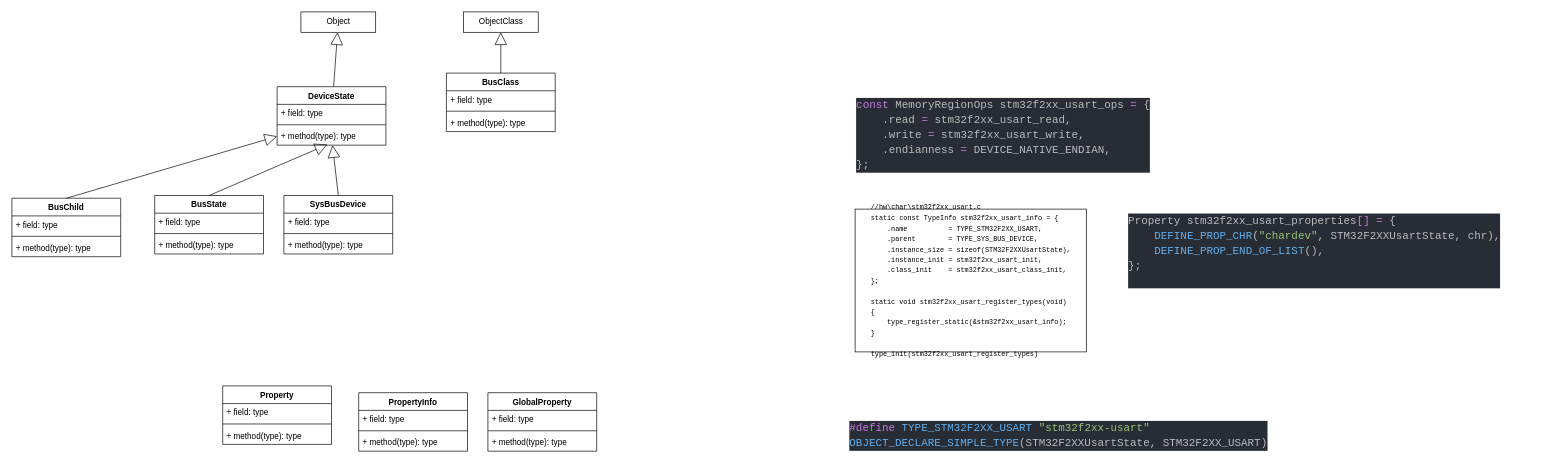
The draw.io diagram QOM-DEV-UART.drawio in youtubezou/A-thinking-in-linux, before the edit. Source tidied: cells renumbered, new cells numbered last; positions are measured from the earlier drawing's top-left corner, leaving out a move shared by most shapes. Both pictures are drawn from the tidied source at 68%, with x=0, y=0 at pixel (12, 12).
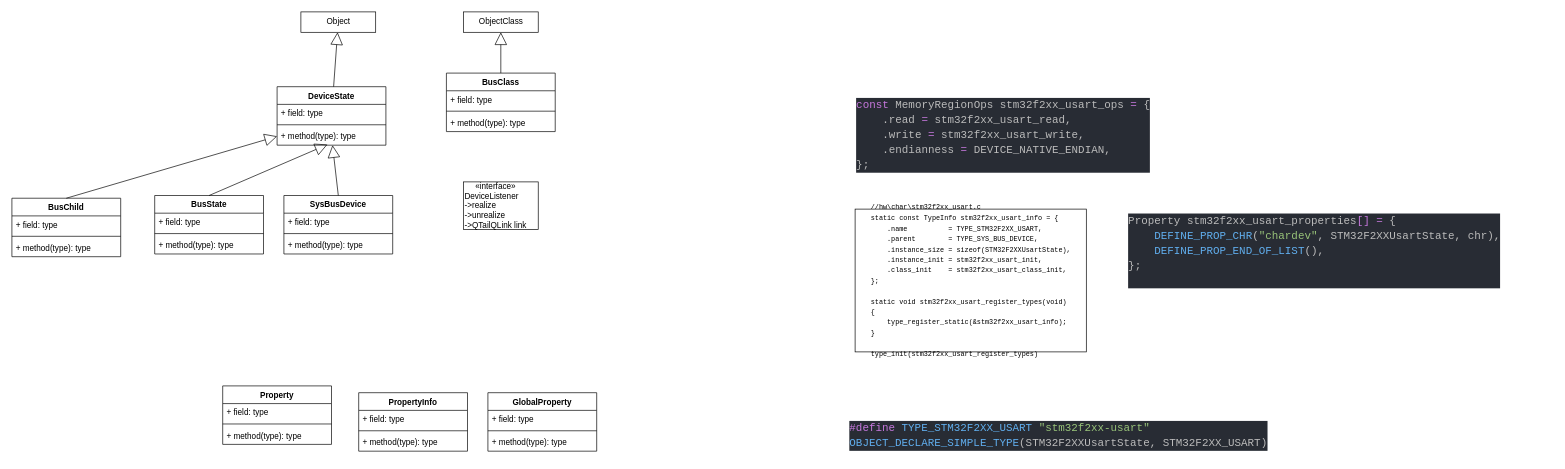
After the change.

Diff of the diagram source:
```diff
@@
+    <mxCell id="46" value="&lt;div style=&quot;text-align: center&quot;&gt;&lt;span&gt;«interface»&lt;/span&gt;&lt;/div&gt;&lt;div&gt;&lt;span&gt;DeviceListener&lt;/span&gt;&lt;/div&gt;&lt;div&gt;&lt;span&gt;-&amp;gt;realize&lt;/span&gt;&lt;/div&gt;&lt;div&gt;&lt;span&gt;-&amp;gt;unrealize&lt;/span&gt;&lt;/div&gt;&lt;div&gt;&lt;span&gt;-&amp;gt;QTailQLink link&lt;/span&gt;&lt;/div&gt;" style="html=1;rounded=0;fontColor=#000000;strokeColor=default;fillColor=none;gradientColor=#ffffff;fontStyle=0;align=left;" parent="1" vertex="1">
+      <mxGeometry x="664" y="250" width="110" height="70" as="geometry" />
+    </mxCell>
```
